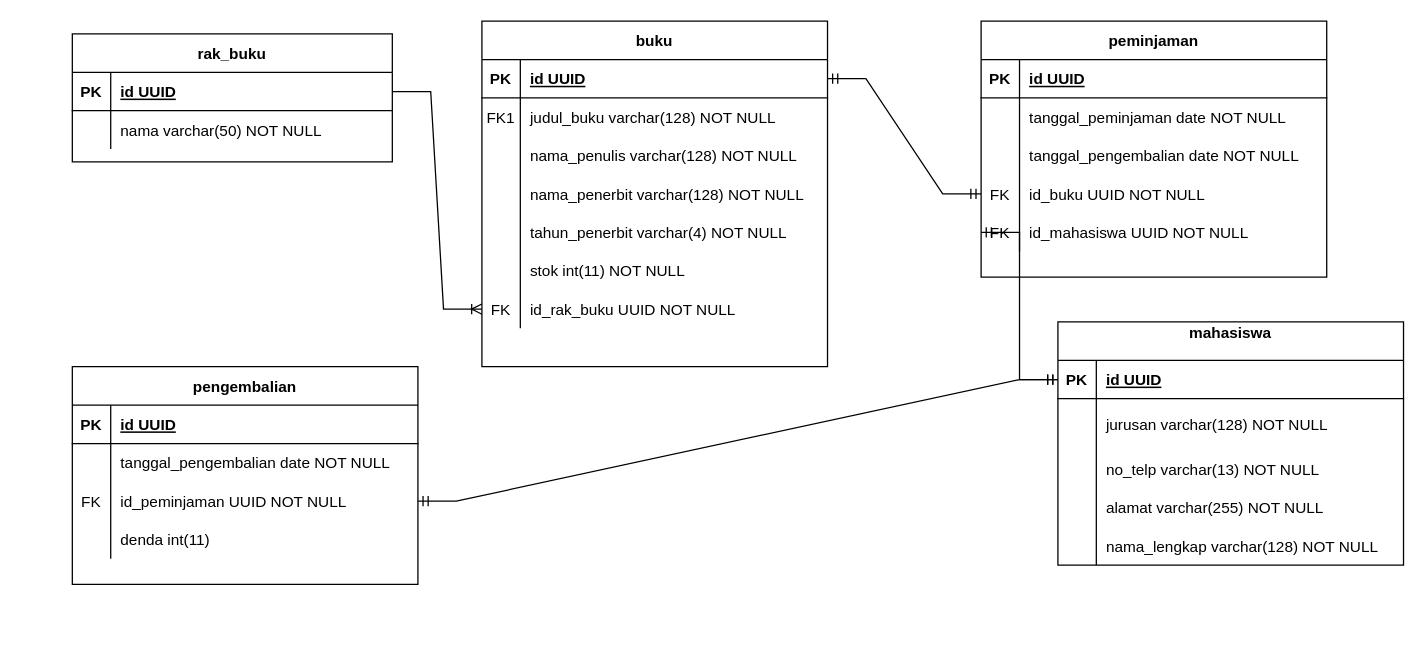
Before: erd/perpustakaan.drawio in lukmanharun1/perpustakaan, a draw.io diagram. Source tidied: cells renumbered, new cells numbered last; positions are measured from the earlier drawing's top-left corner, leaving out a move shared by most shapes. Both pictures are drawn from the tidied source at 128%, with x=0, y=0 at pixel (72, 20).
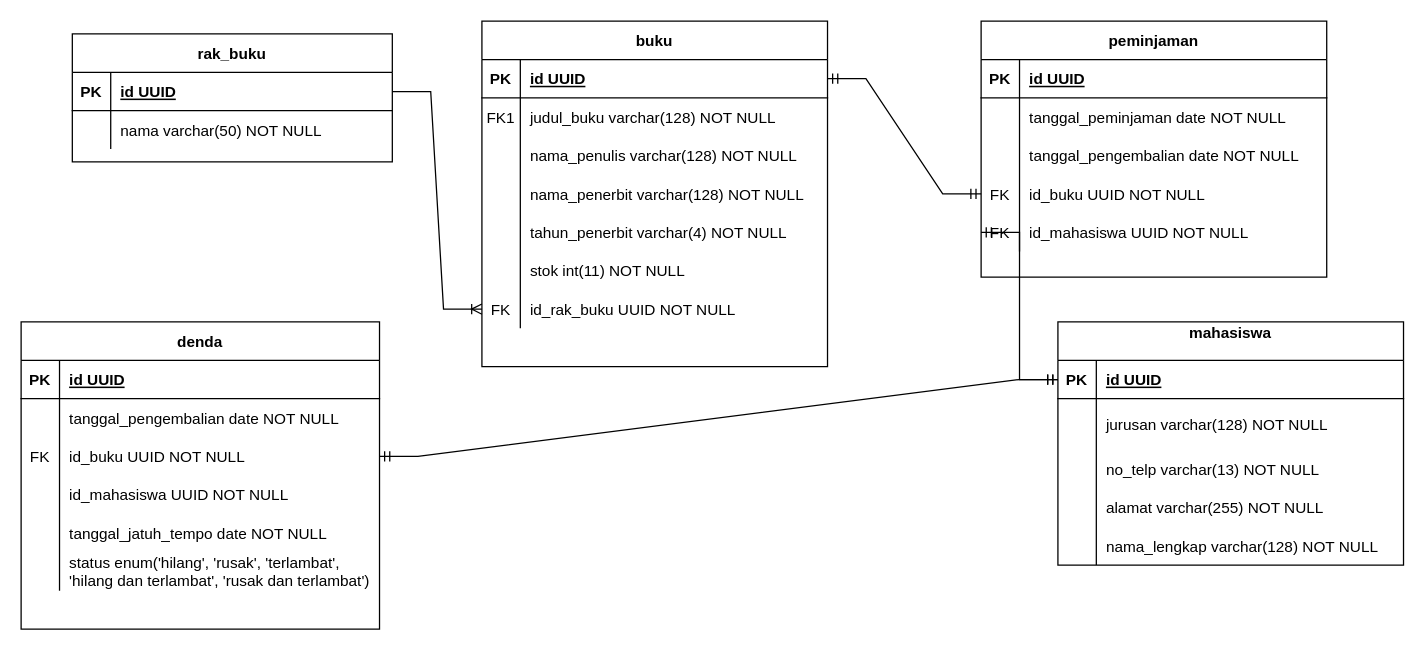
Above is the later version.

Commit message (it also covers changes not shown here):
change table pengembalian -> denda

Change to the diagram source:
```diff
@@
-    <mxCell id="64" value="pengembalian" style="shape=table;startSize=30;childLayout=tableLayout;rowLines=0;fontStyle=1;align=center;" parent="1" vertex="1">
-      <mxGeometry y="270" width="270" height="170" as="geometry" />
+    <mxCell id="64" value="denda" style="shape=table;startSize=30;childLayout=tableLayout;rowLines=0;fontStyle=1;align=center;" parent="1" vertex="1">
+      <mxGeometry x="-40" y="235" width="280" height="240" as="geometry" />
     </mxCell>
     <mxCell id="65" style="shape=partialRectangle;fillColor=none;top=0;left=0;right=0;bottom=1;" parent="64" vertex="1">
-      <mxGeometry y="30" width="270" height="30" as="geometry" />
+      <mxGeometry y="30" width="280" height="30" as="geometry" />
     </mxCell>
@@
     <mxCell id="67" value="id UUID" style="shape=partialRectangle;overflow=hidden;fillColor=none;top=0;left=0;bottom=0;right=0;align=left;spacingLeft=6;fontStyle=5;" parent="65" vertex="1">
-      <mxGeometry x="30" width="240" height="30" as="geometry" />
+      <mxGeometry x="30" width="250" height="30" as="geometry" />
     </mxCell>
     <mxCell id="68" style="shape=partialRectangle;fillColor=none;top=0;left=0;right=0;bottom=0;" parent="64" vertex="1">
-      <mxGeometry y="60" width="270" height="30" as="geometry" />
+      <mxGeometry y="60" width="280" height="30" as="geometry" />
     </mxCell>
@@
     <mxCell id="70" value="tanggal_pengembalian date NOT NULL" style="shape=partialRectangle;overflow=hidden;fillColor=none;top=0;left=0;bottom=0;right=0;align=left;spacingLeft=6;" parent="68" vertex="1">
-      <mxGeometry x="30" width="240" height="30" as="geometry" />
+      <mxGeometry x="30" width="250" height="30" as="geometry" />
     </mxCell>
     <mxCell id="71" style="shape=partialRectangle;fillColor=none;points=[[0,0.5],[1,0.5]];portConstraint=eastwest;top=0;left=0;right=0;bottom=0;" parent="64" vertex="1">
-      <mxGeometry y="90" width="270" height="30" as="geometry" />
+      <mxGeometry y="90" width="280" height="30" as="geometry" />
     </mxCell>
@@
-    <mxCell id="73" value="id_peminjaman UUID NOT NULL" style="shape=partialRectangle;overflow=hidden;fillColor=none;top=0;left=0;bottom=0;right=0;align=left;spacingLeft=6;" parent="71" vertex="1">
-      <mxGeometry x="30" width="240" height="30" as="geometry" />
+    <mxCell id="73" value="id_buku UUID NOT NULL" style="shape=partialRectangle;overflow=hidden;fillColor=none;top=0;left=0;bottom=0;right=0;align=left;spacingLeft=6;" parent="71" vertex="1">
+      <mxGeometry x="30" width="250" height="30" as="geometry" />
     </mxCell>
     <mxCell id="74" style="shape=partialRectangle;fillColor=none;top=0;left=0;right=0;bottom=0;" parent="64" vertex="1">
-      <mxGeometry y="120" width="270" height="30" as="geometry" />
+      <mxGeometry y="120" width="280" height="30" as="geometry" />
     </mxCell>
@@
-    <mxCell id="76" value="denda int(11)" style="shape=partialRectangle;overflow=hidden;fillColor=none;top=0;left=0;bottom=0;right=0;align=left;spacingLeft=6;" parent="74" vertex="1">
-      <mxGeometry x="30" width="240" height="30" as="geometry" />
+    <mxCell id="76" value="id_mahasiswa UUID NOT NULL" style="shape=partialRectangle;overflow=hidden;fillColor=none;top=0;left=0;bottom=0;right=0;align=left;spacingLeft=6;" parent="74" vertex="1">
+      <mxGeometry x="30" width="250" height="30" as="geometry" />
     </mxCell>
+    <mxCell id="80" style="shape=partialRectangle;fillColor=none;top=0;left=0;right=0;bottom=0;" parent="64" vertex="1">
+      <mxGeometry y="150" width="280" height="30" as="geometry" />
+    </mxCell>
+    <mxCell id="81" style="shape=partialRectangle;overflow=hidden;fillColor=none;top=0;left=0;bottom=0;right=0;" parent="80" vertex="1">
+      <mxGeometry width="30" height="30" as="geometry" />
+    </mxCell>
+    <mxCell id="82" value="tanggal_jatuh_tempo date NOT NULL" style="shape=partialRectangle;overflow=hidden;fillColor=none;top=0;left=0;bottom=0;right=0;align=left;spacingLeft=6;" parent="80" vertex="1">
+      <mxGeometry x="30" width="250" height="30" as="geometry" />
+    </mxCell>
+    <mxCell id="83" style="shape=partialRectangle;fillColor=none;top=0;left=0;right=0;bottom=0;" parent="64" vertex="1">
+      <mxGeometry y="180" width="280" height="30" as="geometry" />
+    </mxCell>
+    <mxCell id="84" style="shape=partialRectangle;overflow=hidden;fillColor=none;top=0;left=0;bottom=0;right=0;" parent="83" vertex="1">
+      <mxGeometry width="30" height="30" as="geometry" />
+    </mxCell>
+    <mxCell id="85" value="status enum('hilang', 'rusak', 'terlambat', &#10;'hilang dan terlambat', 'rusak dan terlambat')" style="shape=partialRectangle;overflow=hidden;fillColor=none;top=0;left=0;bottom=0;right=0;align=left;spacingLeft=6;" parent="83" vertex="1">
+      <mxGeometry x="30" width="250" height="30" as="geometry" />
+    </mxCell>
```
